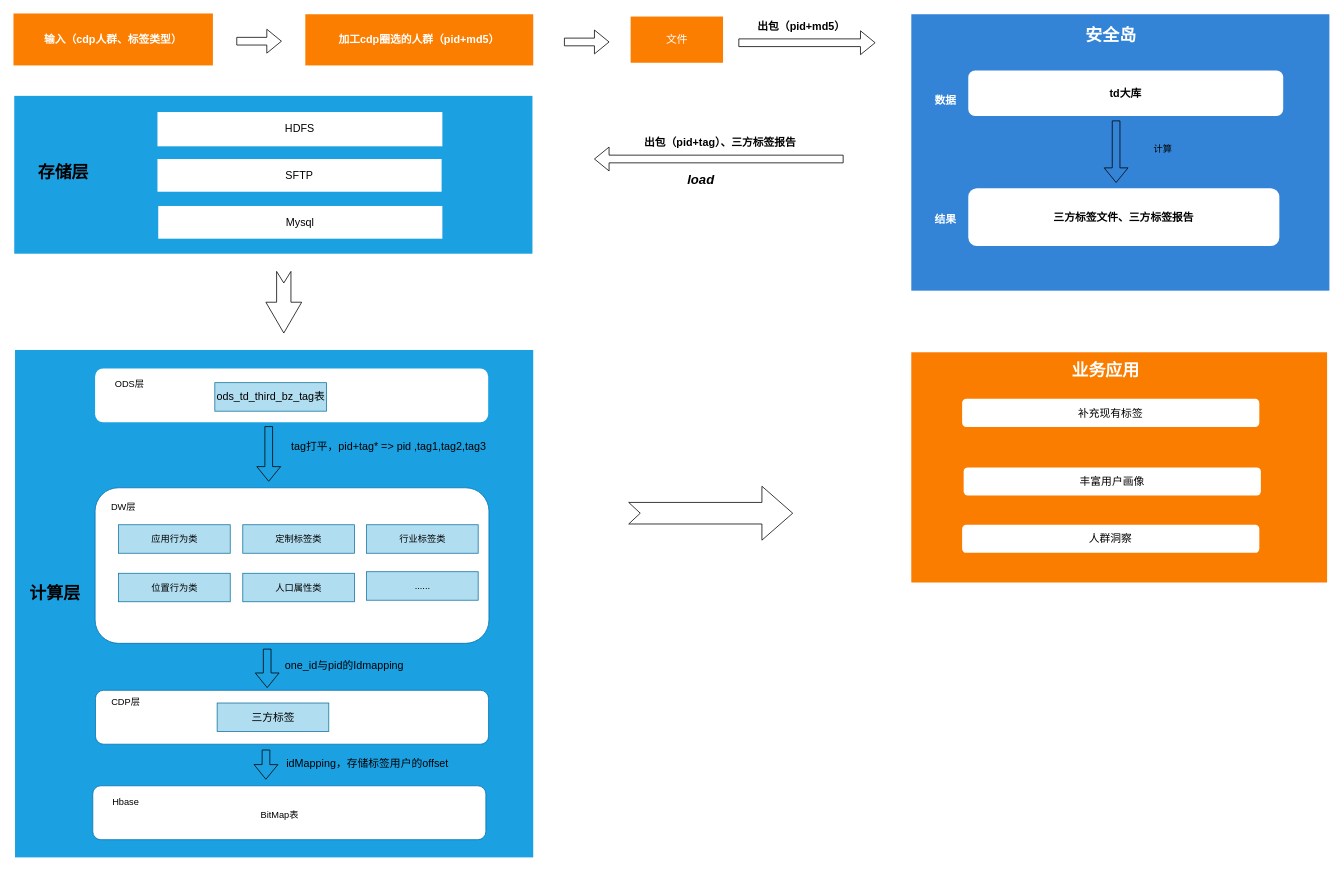
DThadch/draw keeps this draw.io diagram as 安全岛三方标签补充.drawio. Above is the earlier version. Source tidied: cells renumbered, new cells numbered last; positions are measured from the earlier drawing's top-left corner, leaving out a move shared by most shapes. Both pictures are drawn from the tidied source at 77%, with x=0, y=0 at pixel (13, 13).
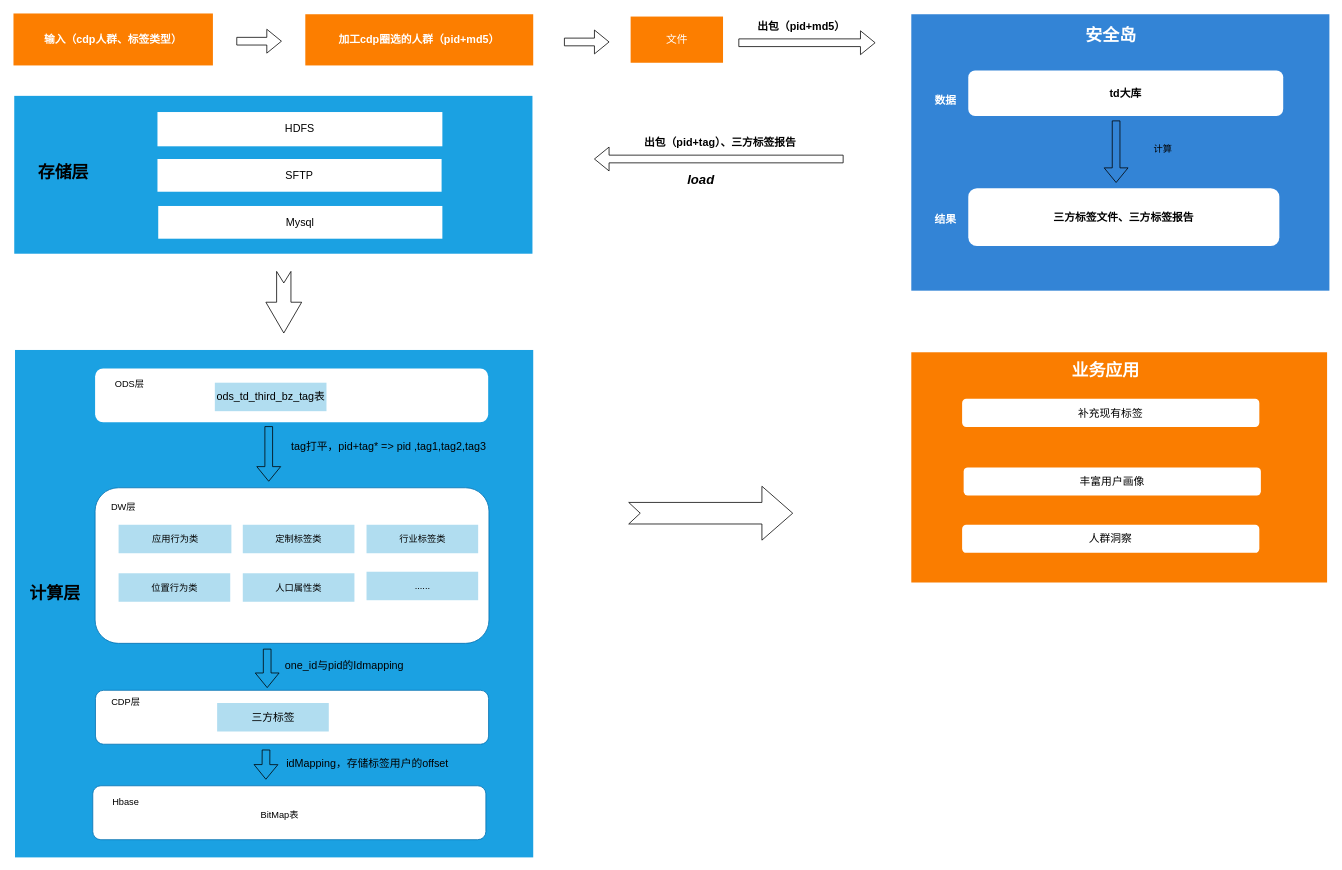
The same diagram, later.

Commit message (it also covers changes not shown here):
更新安全岛三方标签补充.drawio

Change to the diagram source:
```diff
@@
-    <mxCell id="27" value="应用行为类" style="rounded=0;whiteSpace=wrap;html=1;fillColor=#b1ddf0;strokeColor=#10739e;" parent="1" vertex="1">
-      <mxGeometry x="136.5" y="664" width="145" height="37" as="geometry" />
+    <mxCell id="27" value="应用行为类" style="rounded=0;whiteSpace=wrap;html=1;fillColor=#b1ddf0;strokeColor=none;" parent="1" vertex="1">
+      <mxGeometry x="136.5" y="664" width="146.5" height="37" as="geometry" />
     </mxCell>
-    <mxCell id="28" value="定制标签类" style="rounded=0;whiteSpace=wrap;html=1;fillColor=#b1ddf0;strokeColor=#10739e;" parent="1" vertex="1">
+    <mxCell id="28" value="定制标签类" style="rounded=0;whiteSpace=wrap;html=1;fillColor=#b1ddf0;strokeColor=none;" parent="1" vertex="1">
       <mxGeometry x="297.8" y="664" width="145" height="37" as="geometry" />
     </mxCell>
-    <mxCell id="29" value="行业标签类" style="rounded=0;whiteSpace=wrap;html=1;fillColor=#b1ddf0;strokeColor=#10739e;" parent="1" vertex="1">
+    <mxCell id="29" value="行业标签类" style="rounded=0;whiteSpace=wrap;html=1;fillColor=#b1ddf0;strokeColor=none;" parent="1" vertex="1">
       <mxGeometry x="458.5" y="664" width="145" height="37" as="geometry" />
     </mxCell>
-    <mxCell id="30" value="位置行为类" style="rounded=0;whiteSpace=wrap;html=1;fillColor=#b1ddf0;strokeColor=#10739e;" parent="1" vertex="1">
+    <mxCell id="30" value="位置行为类" style="rounded=0;whiteSpace=wrap;html=1;fillColor=#b1ddf0;strokeColor=none;" parent="1" vertex="1">
       <mxGeometry x="136.5" y="727" width="145" height="37" as="geometry" />
     </mxCell>
-    <mxCell id="31" value="人口属性类" style="rounded=0;whiteSpace=wrap;html=1;fillColor=#b1ddf0;strokeColor=#10739e;" parent="1" vertex="1">
+    <mxCell id="31" value="人口属性类" style="rounded=0;whiteSpace=wrap;html=1;fillColor=#b1ddf0;strokeColor=none;" parent="1" vertex="1">
       <mxGeometry x="297.8" y="727" width="145" height="37" as="geometry" />
     </mxCell>
-    <mxCell id="32" value="......" style="rounded=0;whiteSpace=wrap;html=1;fillColor=#b1ddf0;strokeColor=#10739e;" parent="1" vertex="1">
+    <mxCell id="32" value="......" style="rounded=0;whiteSpace=wrap;html=1;fillColor=#b1ddf0;strokeColor=none;" parent="1" vertex="1">
       <mxGeometry x="458.5" y="725" width="145" height="37" as="geometry" />
     </mxCell>
@@
-    <mxCell id="34" value="ods_td_third_bz_tag表" style="rounded=0;whiteSpace=wrap;html=1;fillColor=#b1ddf0;strokeColor=#10739e;fontSize=14;" parent="1" vertex="1">
+    <mxCell id="34" value="ods_td_third_bz_tag表" style="rounded=0;whiteSpace=wrap;html=1;fillColor=#b1ddf0;strokeColor=none;fontSize=14;" parent="1" vertex="1">
       <mxGeometry x="261.5" y="479.5" width="145" height="37" as="geometry" />
     </mxCell>
@@
-    <mxCell id="40" value="三方标签" style="rounded=0;whiteSpace=wrap;html=1;fillColor=#b1ddf0;strokeColor=#10739e;fontSize=14;" parent="1" vertex="1">
+    <mxCell id="40" value="三方标签" style="rounded=0;whiteSpace=wrap;html=1;fillColor=#b1ddf0;strokeColor=none;fontSize=14;" parent="1" vertex="1">
       <mxGeometry x="264.5" y="895.5" width="145" height="37" as="geometry" />
     </mxCell>
```
